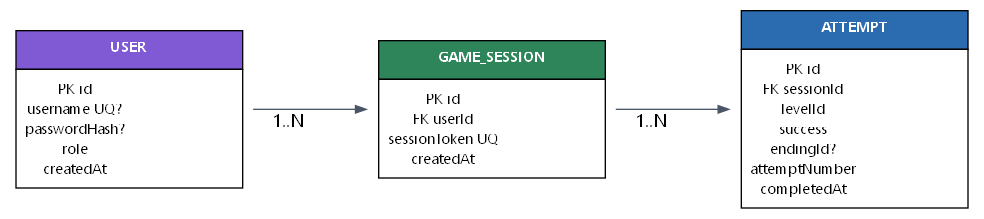
ItsRhyas/BarrancoGroup keeps this Graphviz diagram as docs/er-model.png. Above is the earlier version. Its source is kept beside it as docs/er-model.dot.
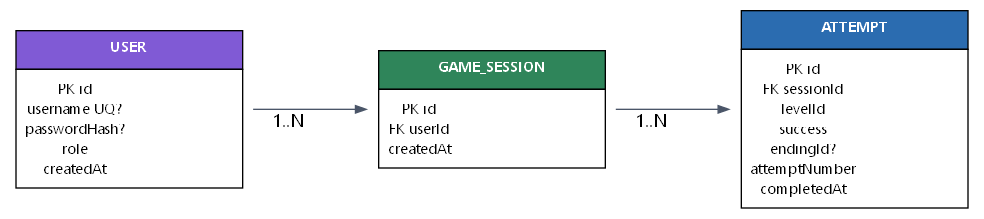
Above is the later version.

Commit message:
docs: remove sessionToken from DB and security docs

The edit, as a diff of the source:
```diff
@@ -14,7 +14,7 @@
 
   game_sessions [label=<<table border="0" cellborder="1" cellspacing="0" cellpadding="6">
     <tr><td bgcolor="#2f855a" width="170"><font color="white"><b>GAME_SESSION</b></font></td></tr>
-    <tr><td align="left">PK id<br/>FK userId<br/>sessionToken UQ<br/>createdAt</td></tr>
+    <tr><td align="left">PK id<br/>FK userId<br/>createdAt</td></tr>
   </table>>];
 
   attempts [label=<<table border="0" cellborder="1" cellspacing="0" cellpadding="6">
```
